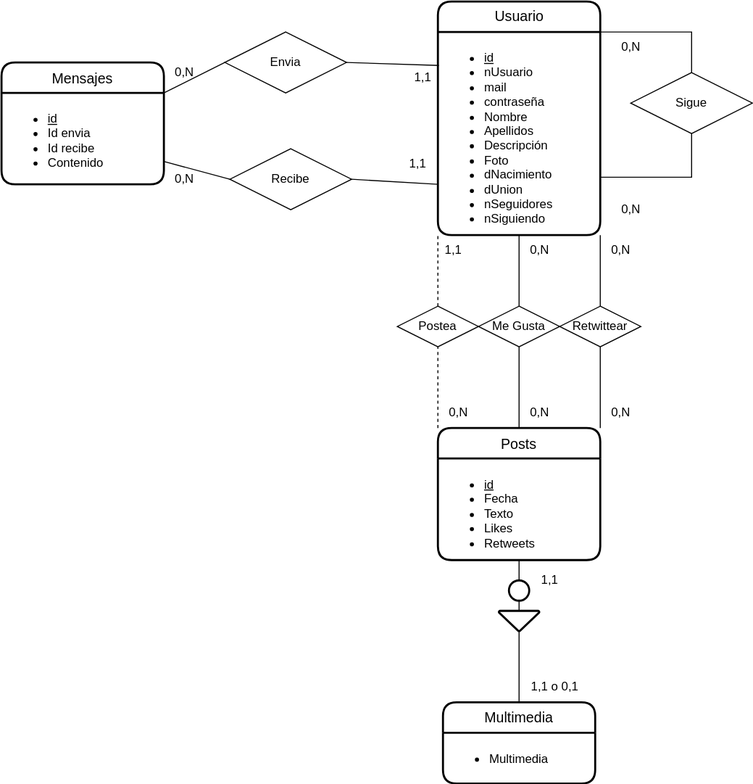
Earlier version of the draw.io export UD12-16.svg (Jimxx22/C3-UD11-UML). Source tidied: cells renumbered, new cells last; positions are measured from the earlier drawing's top-left corner, leaving out a move shared by most shapes.
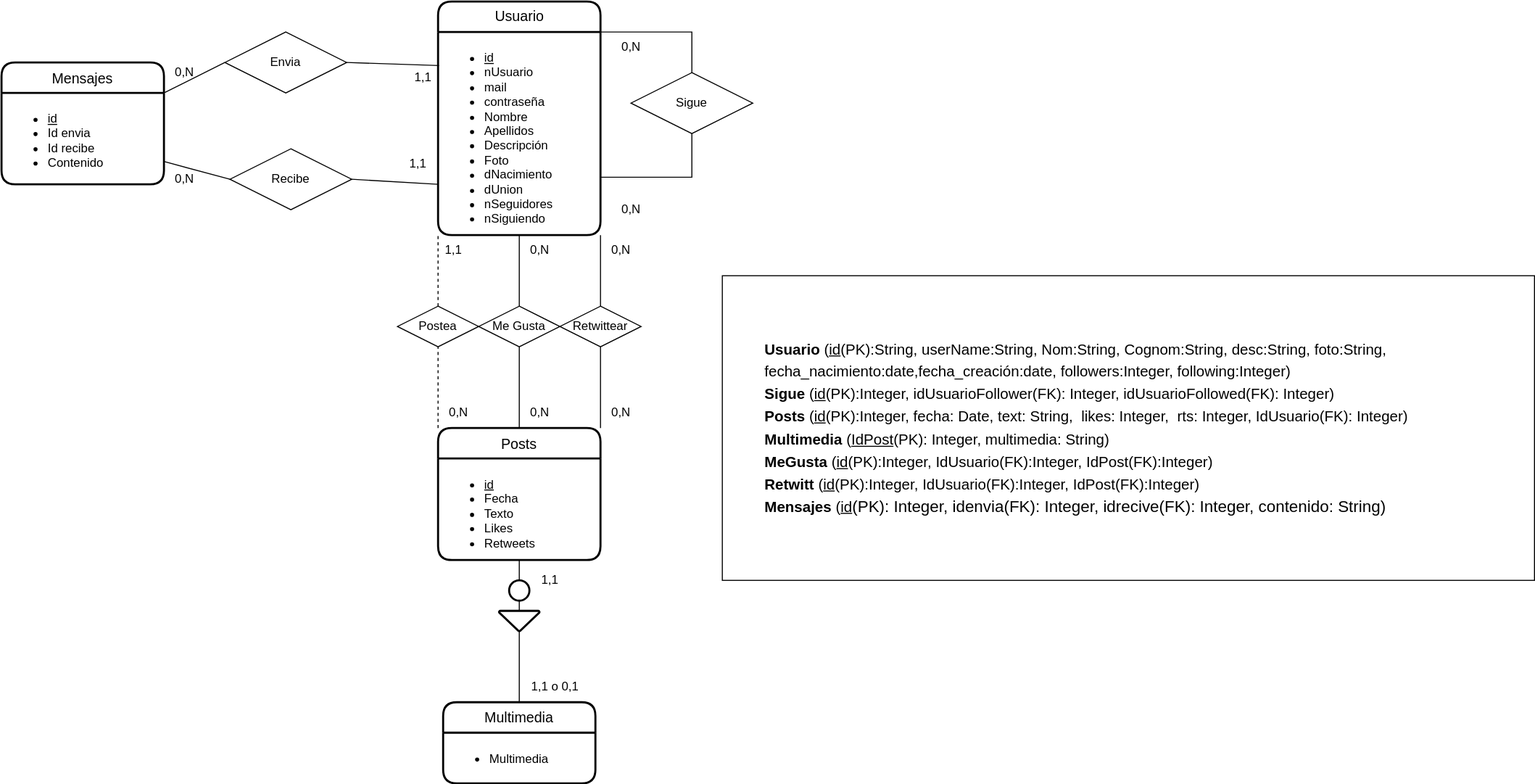
The same file after the commit.

Diff of the diagram source:
```diff
@@ -145,5 +145,8 @@
     <mxCell id="46" value="0,N" style="text;html=1;align=center;verticalAlign=middle;strokeColor=none;fillColor=none;" parent="1" vertex="1">
       <mxGeometry x="590" y="390" width="40" height="30" as="geometry" />
     </mxCell>
+    <mxCell id="47" value="&lt;blockquote style=&quot;margin: 0 0 0 40px; border: none; padding: 0px;&quot;&gt;&lt;span id=&quot;docs-internal-guid-eda74172-7fff-022f-79f8-70847a2121b6&quot;&gt;&lt;p style=&quot;line-height:1.38;margin-top:0pt;margin-bottom:0pt;&quot; dir=&quot;ltr&quot;&gt;&lt;span style=&quot;font-size: 11pt; font-family: Arial; background-color: transparent; font-variant-numeric: normal; font-variant-east-asian: normal; vertical-align: baseline;&quot;&gt;&lt;b&gt;Usuario &lt;/b&gt;(&lt;/span&gt;&lt;span style=&quot;font-size: 11pt; font-family: Arial; background-color: transparent; font-variant-numeric: normal; font-variant-east-asian: normal; text-decoration-line: underline; text-decoration-skip-ink: none; vertical-align: baseline;&quot;&gt;id&lt;/span&gt;&lt;span style=&quot;font-size: 11pt; font-family: Arial; background-color: transparent; font-variant-numeric: normal; font-variant-east-asian: normal; vertical-align: baseline;&quot;&gt;(PK):String, userName:String, Nom:String, Cognom:String, desc:String, foto:String, fecha_nacimiento:date,fecha_creación:date, followers:Integer, following:Integer)&lt;/span&gt;&lt;/p&gt;&lt;/span&gt;&lt;span id=&quot;docs-internal-guid-eda74172-7fff-022f-79f8-70847a2121b6&quot;&gt;&lt;p style=&quot;line-height:1.38;margin-top:0pt;margin-bottom:0pt;&quot; dir=&quot;ltr&quot;&gt;&lt;span style=&quot;font-size: 11pt; font-family: Arial; background-color: transparent; font-variant-numeric: normal; font-variant-east-asian: normal; vertical-align: baseline;&quot;&gt;&lt;b&gt;Sigue &lt;/b&gt;(&lt;/span&gt;&lt;span style=&quot;font-size: 11pt; font-family: Arial; background-color: transparent; font-variant-numeric: normal; font-variant-east-asian: normal; text-decoration-line: underline; text-decoration-skip-ink: none; vertical-align: baseline;&quot;&gt;id&lt;/span&gt;&lt;span style=&quot;font-size: 11pt; font-family: Arial; background-color: transparent; font-variant-numeric: normal; font-variant-east-asian: normal; vertical-align: baseline;&quot;&gt;(PK):Integer, idUsuarioFollower(FK): Integer, idUsuarioFollowed(FK): Integer)&lt;/span&gt;&lt;/p&gt;&lt;/span&gt;&lt;span id=&quot;docs-internal-guid-eda74172-7fff-022f-79f8-70847a2121b6&quot;&gt;&lt;p style=&quot;line-height:1.38;margin-top:0pt;margin-bottom:0pt;&quot; dir=&quot;ltr&quot;&gt;&lt;span style=&quot;font-size: 11pt; font-family: Arial; background-color: transparent; font-variant-numeric: normal; font-variant-east-asian: normal; vertical-align: baseline;&quot;&gt;&lt;b&gt;Posts &lt;/b&gt;(&lt;/span&gt;&lt;span style=&quot;font-size: 11pt; font-family: Arial; background-color: transparent; font-variant-numeric: normal; font-variant-east-asian: normal; text-decoration-line: underline; text-decoration-skip-ink: none; vertical-align: baseline;&quot;&gt;id&lt;/span&gt;&lt;span style=&quot;font-size: 11pt; font-family: Arial; background-color: transparent; font-variant-numeric: normal; font-variant-east-asian: normal; vertical-align: baseline;&quot;&gt;(PK):Integer, fecha: Date, text: String,&amp;nbsp; likes: Integer,&amp;nbsp; rts: Integer, IdUsuario(FK): Integer)&lt;/span&gt;&lt;/p&gt;&lt;/span&gt;&lt;span id=&quot;docs-internal-guid-eda74172-7fff-022f-79f8-70847a2121b6&quot;&gt;&lt;p style=&quot;line-height:1.38;margin-top:0pt;margin-bottom:0pt;&quot; dir=&quot;ltr&quot;&gt;&lt;span style=&quot;font-size: 11pt; font-family: Arial; background-color: transparent; font-variant-numeric: normal; font-variant-east-asian: normal; vertical-align: baseline;&quot;&gt;&lt;b&gt;Multimedia&lt;/b&gt; (&lt;/span&gt;&lt;span style=&quot;font-size: 11pt; font-family: Arial; background-color: transparent; font-variant-numeric: normal; font-variant-east-asian: normal; text-decoration-line: underline; text-decoration-skip-ink: none; vertical-align: baseline;&quot;&gt;IdPost&lt;/span&gt;&lt;span style=&quot;font-size: 11pt; font-family: Arial; background-color: transparent; font-variant-numeric: normal; font-variant-east-asian: normal; vertical-align: baseline;&quot;&gt;(PK): Integer, multimedia: String)&lt;/span&gt;&lt;/p&gt;&lt;/span&gt;&lt;span id=&quot;docs-internal-guid-eda74172-7fff-022f-79f8-70847a2121b6&quot;&gt;&lt;p style=&quot;line-height:1.38;margin-top:0pt;margin-bottom:0pt;&quot; dir=&quot;ltr&quot;&gt;&lt;span style=&quot;font-size: 11pt; font-family: Arial; background-color: transparent; font-variant-numeric: normal; font-variant-east-asian: normal; vertical-align: baseline;&quot;&gt;&lt;b&gt;MeGusta&amp;nbsp;&lt;/b&gt;(&lt;/span&gt;&lt;span style=&quot;font-size: 11pt; font-family: Arial; background-color: transparent; font-variant-numeric: normal; font-variant-east-asian: normal; text-decoration-line: underline; text-decoration-skip-ink: none; vertical-align: baseline;&quot;&gt;id&lt;/span&gt;&lt;span style=&quot;font-size: 11pt; font-family: Arial; background-color: transparent; font-variant-numeric: normal; font-variant-east-asian: normal; vertical-align: baseline;&quot;&gt;(PK):Integer, IdUsuario(FK):Integer, IdPost(FK):Integer)&lt;/span&gt;&lt;/p&gt;&lt;/span&gt;&lt;span id=&quot;docs-internal-guid-eda74172-7fff-022f-79f8-70847a2121b6&quot;&gt;&lt;p style=&quot;line-height:1.38;margin-top:0pt;margin-bottom:0pt;&quot; dir=&quot;ltr&quot;&gt;&lt;span style=&quot;font-size: 11pt; font-family: Arial; background-color: transparent; font-variant-numeric: normal; font-variant-east-asian: normal; vertical-align: baseline;&quot;&gt;&lt;b&gt;Retwitt &lt;/b&gt;(&lt;/span&gt;&lt;span style=&quot;font-size: 11pt; font-family: Arial; background-color: transparent; font-variant-numeric: normal; font-variant-east-asian: normal; text-decoration-line: underline; text-decoration-skip-ink: none; vertical-align: baseline;&quot;&gt;id&lt;/span&gt;&lt;span style=&quot;font-size: 11pt; font-family: Arial; background-color: transparent; font-variant-numeric: normal; font-variant-east-asian: normal; vertical-align: baseline;&quot;&gt;(PK):Integer, IdUsuario(FK):Integer, IdPost(FK):Integer)&lt;/span&gt;&lt;/p&gt;&lt;p style=&quot;line-height:1.38;margin-top:0pt;margin-bottom:0pt;&quot; dir=&quot;ltr&quot;&gt;&lt;span style=&quot;background-color: transparent; font-family: Arial; font-size: 11pt; font-variant-numeric: normal; font-variant-east-asian: normal; vertical-align: baseline;&quot;&gt;&lt;b&gt;Mensajes &lt;/b&gt;(&lt;/span&gt;&lt;span style=&quot;background-color: transparent; font-family: Arial; font-size: 11pt; font-variant-numeric: normal; font-variant-east-asian: normal; text-decoration-line: underline; text-decoration-skip-ink: none; vertical-align: baseline;&quot;&gt;id&lt;/span&gt;&lt;span style=&quot;background-color: transparent; font-family: Arial; font-variant-numeric: normal; font-variant-east-asian: normal; vertical-align: baseline;&quot;&gt;(PK): Integer, idenvia(FK): Integer, idrecive(FK): Integer, contenido: String)&lt;/span&gt;&lt;/p&gt;&lt;/span&gt;&lt;/blockquote&gt;" style="rounded=0;whiteSpace=wrap;html=1;fontSize=16;align=left;" parent="1" vertex="1">
+      <mxGeometry x="710" y="270" width="800" height="300" as="geometry" />
+    </mxCell>
   </root>
 </mxGraphModel>
```
